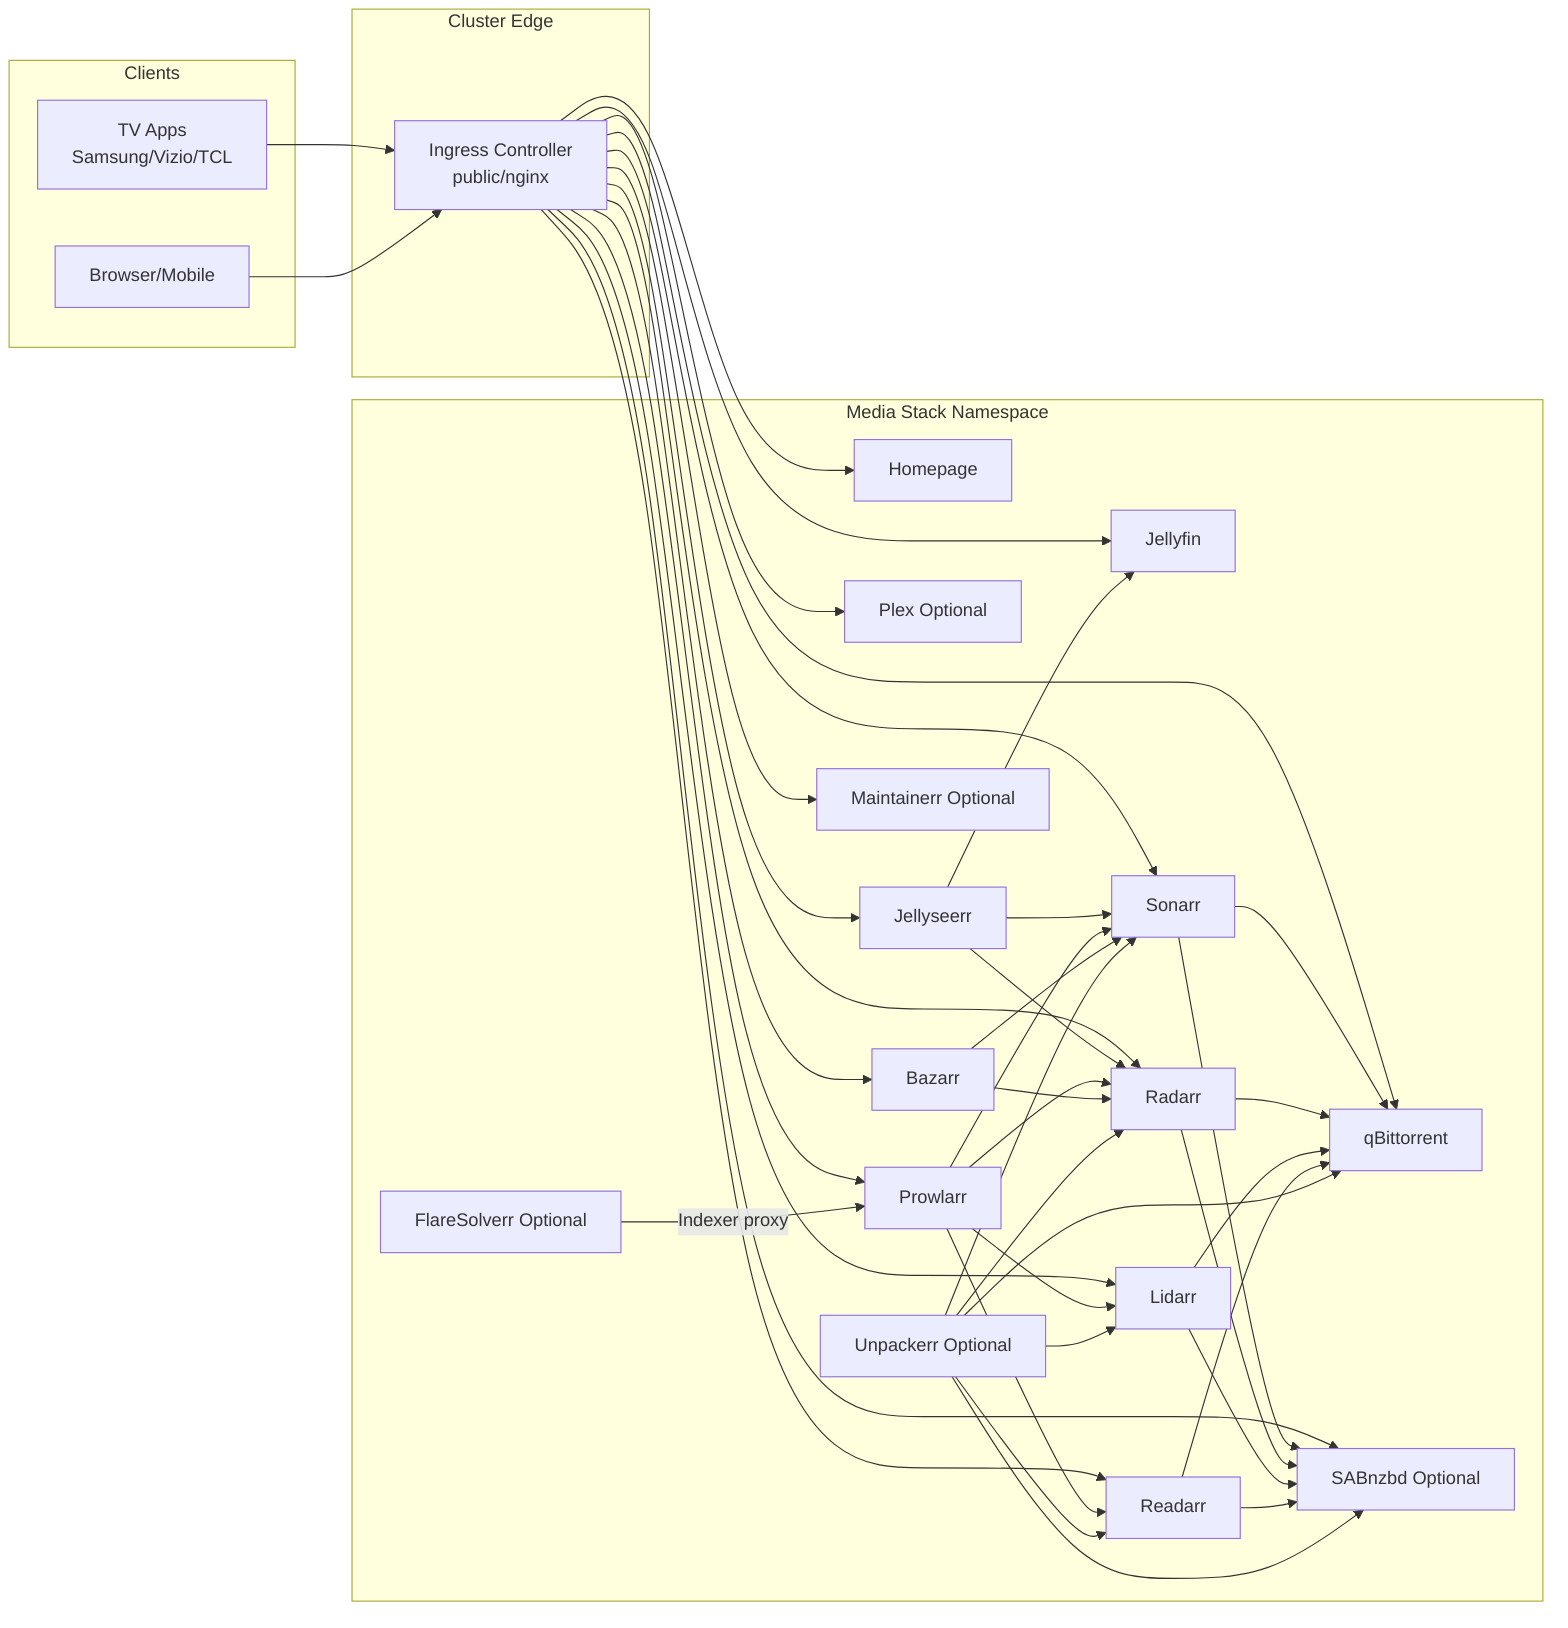
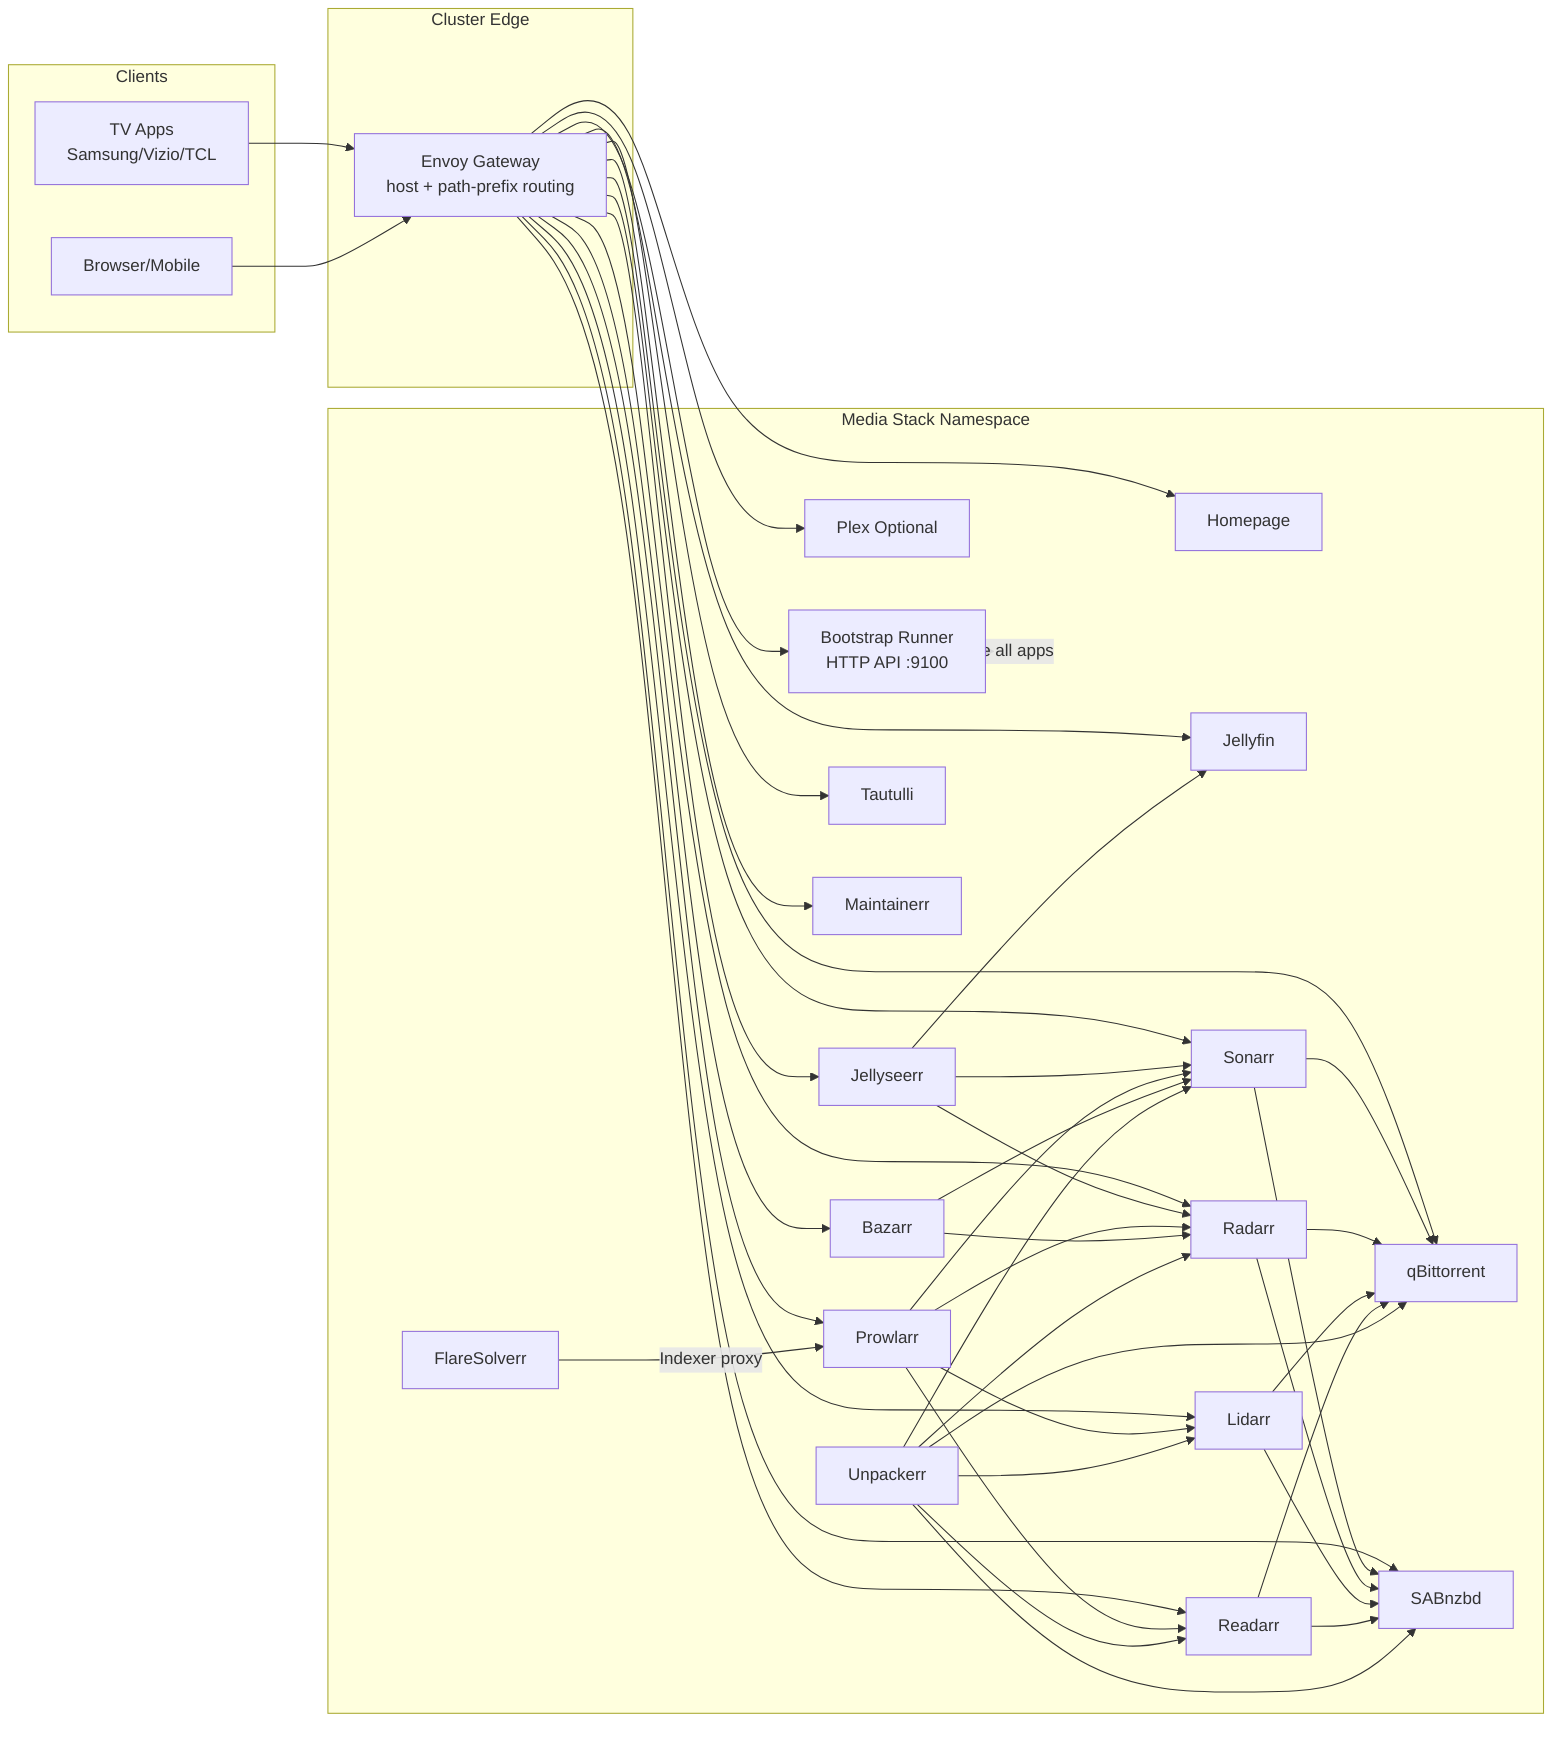
flowchart LR
  subgraph Clients[Clients]
    TV[TV Apps<br/>Samsung/Vizio/TCL]
    Browser[Browser/Mobile]
  end

  subgraph Edge[Cluster Edge]
-     Ingress[Ingress Controller<br/>public/nginx]
+     Envoy[Envoy Gateway<br/>host + path-prefix routing]
  end

  subgraph Apps[Media Stack Namespace]
    Homepage[Homepage]
    Jellyseerr[Jellyseerr]
    Jellyfin[Jellyfin]
    Plex[Plex Optional]
    Sonarr[Sonarr]
    Radarr[Radarr]
    Lidarr[Lidarr]
    Readarr[Readarr]
    Bazarr[Bazarr]
    Prowlarr[Prowlarr]
    QB[qBittorrent]
-     SAB[SABnzbd Optional]
-     Maintainerr[Maintainerr Optional]
-     Unpackerr[Unpackerr Optional]
-     Flare[FlareSolverr Optional]
+     SAB[SABnzbd]
+     Tautulli[Tautulli]
+     Maintainerr[Maintainerr]
+     Unpackerr[Unpackerr]
+     Flare[FlareSolverr]
+     Bootstrap[Bootstrap Runner<br/>HTTP API :9100]
  end

-   TV --> Ingress
-   Browser --> Ingress
+   TV --> Envoy
+   Browser --> Envoy

-   Ingress --> Homepage
-   Ingress --> Jellyseerr
-   Ingress --> Jellyfin
-   Ingress --> Sonarr
-   Ingress --> Radarr
-   Ingress --> Lidarr
-   Ingress --> Readarr
-   Ingress --> Bazarr
-   Ingress --> Prowlarr
-   Ingress --> QB
-   Ingress --> SAB
-   Ingress --> Maintainerr
-   Ingress --> Plex
+   Envoy --> Homepage
+   Envoy --> Jellyseerr
+   Envoy --> Jellyfin
+   Envoy --> Sonarr
+   Envoy --> Radarr
+   Envoy --> Lidarr
+   Envoy --> Readarr
+   Envoy --> Bazarr
+   Envoy --> Prowlarr
+   Envoy --> QB
+   Envoy --> SAB
+   Envoy --> Tautulli
+   Envoy --> Maintainerr
+   Envoy --> Plex
+   Envoy --> Bootstrap

  Jellyseerr --> Sonarr
  Jellyseerr --> Radarr
  Jellyseerr --> Jellyfin

  Prowlarr --> Sonarr
  Prowlarr --> Radarr
  Prowlarr --> Lidarr
  Prowlarr --> Readarr
  Flare -->|Indexer proxy| Prowlarr

  Bazarr --> Sonarr
  Bazarr --> Radarr

  Sonarr --> QB
  Radarr --> QB
  Lidarr --> QB
  Readarr --> QB

  Sonarr --> SAB
  Radarr --> SAB
  Lidarr --> SAB
  Readarr --> SAB

  Unpackerr --> QB
  Unpackerr --> SAB
  Unpackerr --> Sonarr
  Unpackerr --> Radarr
  Unpackerr --> Lidarr
  Unpackerr --> Readarr
+ 
+   Bootstrap -->|Configure all apps| Apps
